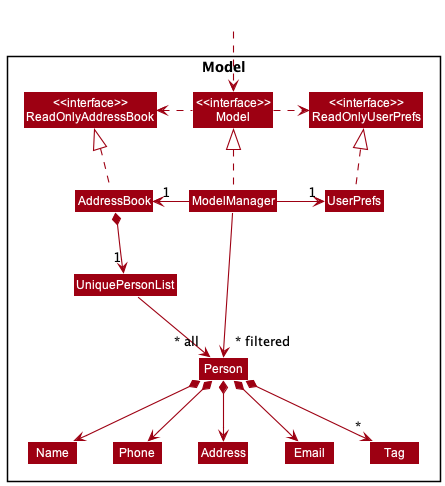
Before: docs/images/ModelClassDiagram.png, a diagram exported from PlantUML (nus-cs2103-AY2223S1/tp).
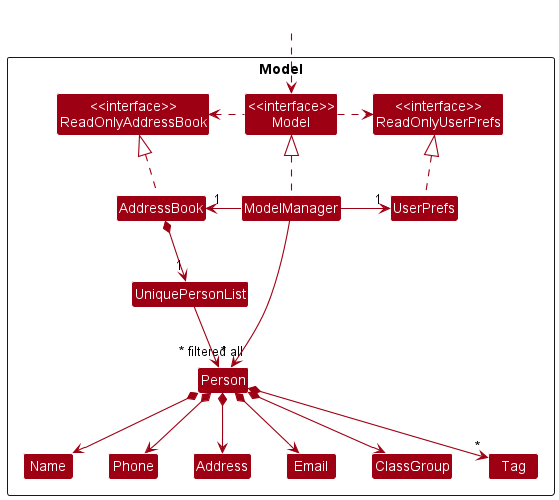
Above is the later version.

Commit message:
Add class group to UML diagram

Diff of the diagram source:
```diff
@@ -16,6 +16,7 @@
 Class Person
 Class Address
 Class Email
+Class ClassGroup
 Class Name
 Class Phone
 Class Tag
@@ -39,6 +40,7 @@
 Person *--> Name
 Person *--> Phone
 Person *--> Email
+Person *--> ClassGroup
 Person *--> Address
 Person *--> "*" Tag
 
```
